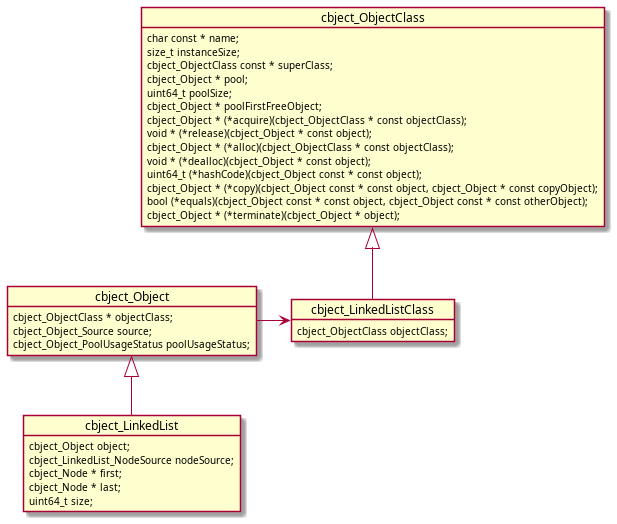
Earlier version of the PlantUML export docs/media/diag-linkedList.png (alexmarincu/Cbject). The source it was exported from:
```plantuml
@startuml
object cbject_LinkedList {
    cbject_Object object;
    cbject_LinkedList_NodeSource nodeSource;
    cbject_Node * first;
    cbject_Node * last;
    uint64_t size;
}
object cbject_LinkedListClass {
    cbject_ObjectClass objectClass;
}
object cbject_Object {
    cbject_ObjectClass * objectClass;
    cbject_Object_Source source;
    cbject_Object_PoolUsageStatus poolUsageStatus;
}
object cbject_ObjectClass {
    char const * name;
    size_t instanceSize;
    cbject_ObjectClass const * superClass;
    cbject_Object * pool;
    uint64_t poolSize;
    cbject_Object * poolFirstFreeObject;
    cbject_Object * (*acquire)(cbject_ObjectClass * const objectClass);
    void * (*release)(cbject_Object * const object);
    cbject_Object * (*alloc)(cbject_ObjectClass * const objectClass);
    void * (*dealloc)(cbject_Object * const object);
    uint64_t (*hashCode)(cbject_Object const * const object);
    cbject_Object * (*copy)(cbject_Object const * const object, cbject_Object * const copyObject);
    bool (*equals)(cbject_Object const * const object, cbject_Object const * const otherObject);
    cbject_Object * (*terminate)(cbject_Object * object);
}
cbject_LinkedList -u-|> cbject_Object
cbject_Object -r-> cbject_LinkedListClass
cbject_LinkedListClass -u-|> cbject_ObjectClass
@enduml
```
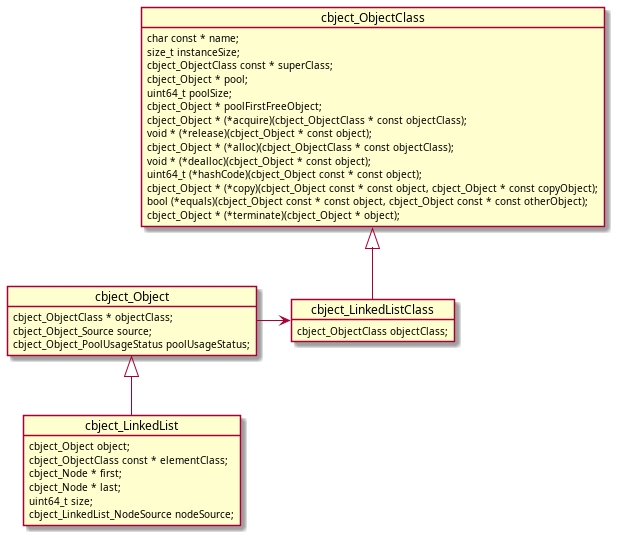
After the commit.

Commit message:
Improved LinkedList

The edit, as a diff of the source:
```diff
@@ -1,10 +1,11 @@
 @startuml
 object cbject_LinkedList {
     cbject_Object object;
-    cbject_LinkedList_NodeSource nodeSource;
+    cbject_ObjectClass const * elementClass;
     cbject_Node * first;
     cbject_Node * last;
     uint64_t size;
+    cbject_LinkedList_NodeSource nodeSource;
 }
 object cbject_LinkedListClass {
     cbject_ObjectClass objectClass;
```
